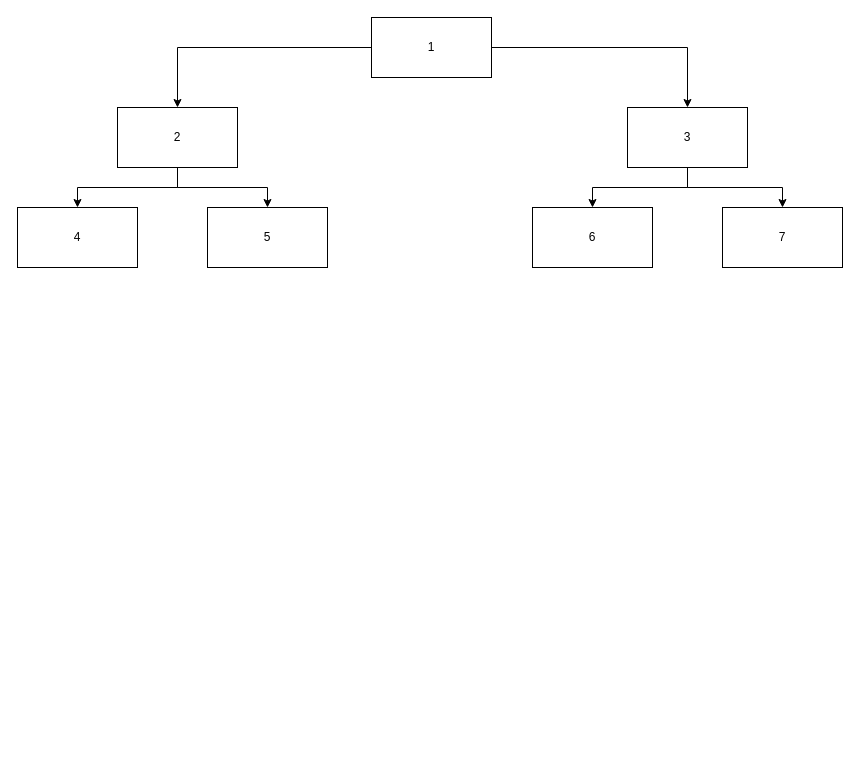
The draw.io diagram page "Page-4" (3 of 5) of appagggrp3.drawio in praneethsai83/GenericProcessing, before the edit. Source tidied: cells renumbered, new cells numbered last; positions are measured from the earlier drawing's top-left corner, leaving out a move shared by most shapes. Both pictures are drawn from the tidied source at 100%, with x=0, y=0 at pixel (17, 17).
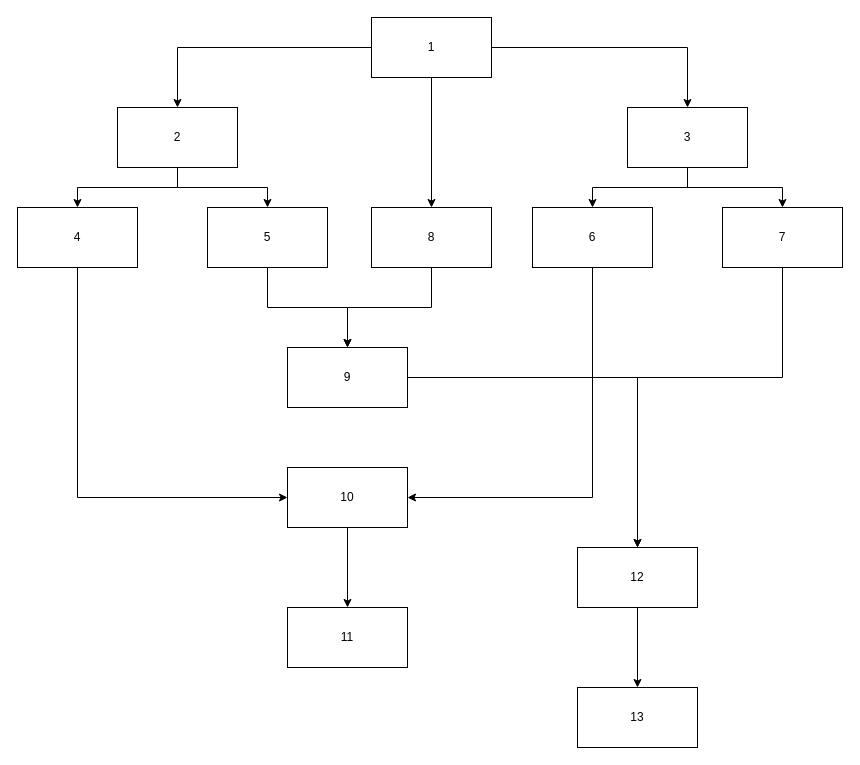
Above is the later version.

Unchanged cells that the change refers to:
```xml
<mxCell id="4" value="1" style="whiteSpace=wrap;html=1;" parent="1" vertex="1">
  <mxGeometry x="354" width="120" height="60" as="geometry" />
</mxCell>
<mxCell id="9" value="4" style="whiteSpace=wrap;html=1;" parent="1" vertex="1">
  <mxGeometry y="190" width="120" height="60" as="geometry" />
</mxCell>
<mxCell id="10" value="5" style="whiteSpace=wrap;html=1;" parent="1" vertex="1">
  <mxGeometry x="190" y="190" width="120" height="60" as="geometry" />
</mxCell>
<mxCell id="13" value="6" style="whiteSpace=wrap;html=1;" parent="1" vertex="1">
  <mxGeometry x="515" y="190" width="120" height="60" as="geometry" />
</mxCell>
<mxCell id="14" value="7" style="whiteSpace=wrap;html=1;" parent="1" vertex="1">
  <mxGeometry x="705" y="190" width="120" height="60" as="geometry" />
</mxCell>
```

The edit, as a diff of the source:
```diff
@@
+    <mxCell id="15" style="edgeStyle=orthogonalEdgeStyle;rounded=0;jettySize=auto;html=1;" parent="1" edge="1" source="4" target="21">
+      <mxGeometry relative="1" as="geometry" />
+    </mxCell>
@@
+    <mxCell id="16" style="edgeStyle=orthogonalEdgeStyle;rounded=0;jettySize=auto;html=1;entryX=0;entryY=0.5;entryDx=0;entryDy=0;" parent="1" edge="1" source="9" target="25">
+      <mxGeometry relative="1" as="geometry">
+        <Array as="points">
+          <mxPoint x="60" y="480" />
+        </Array>
+      </mxGeometry>
+    </mxCell>
@@
+    <mxCell id="17" style="edgeStyle=orthogonalEdgeStyle;rounded=0;jettySize=auto;html=1;" parent="1" edge="1" source="10" target="23">
+      <mxGeometry relative="1" as="geometry" />
+    </mxCell>
@@
+    <mxCell id="18" style="edgeStyle=orthogonalEdgeStyle;rounded=0;jettySize=auto;html=1;entryX=1;entryY=0.5;entryDx=0;entryDy=0;" parent="1" edge="1" source="13" target="25">
+      <mxGeometry relative="1" as="geometry">
+        <Array as="points">
+          <mxPoint x="575" y="480" />
+        </Array>
+      </mxGeometry>
+    </mxCell>
@@
+    <mxCell id="19" style="edgeStyle=orthogonalEdgeStyle;rounded=0;jettySize=auto;html=1;" parent="1" edge="1" source="14">
+      <mxGeometry relative="1" as="geometry">
+        <mxPoint x="620" y="530" as="targetPoint" />
+        <Array as="points">
+          <mxPoint x="765" y="360" />
+          <mxPoint x="620" y="360" />
+        </Array>
+      </mxGeometry>
+    </mxCell>
@@
+    <mxCell id="20" style="edgeStyle=orthogonalEdgeStyle;rounded=0;jettySize=auto;html=1;entryX=0.5;entryY=0;entryDx=0;entryDy=0;" parent="1" edge="1" source="21" target="23">
+      <mxGeometry relative="1" as="geometry" />
+    </mxCell>
+    <mxCell id="21" value="8" style="whiteSpace=wrap;html=1;" parent="1" vertex="1">
+      <mxGeometry x="354" y="190" width="120" height="60" as="geometry" />
+    </mxCell>
+    <mxCell id="22" style="edgeStyle=orthogonalEdgeStyle;rounded=0;jettySize=auto;html=1;entryX=0.5;entryY=0;entryDx=0;entryDy=0;" parent="1" edge="1" source="23" target="28">
+      <mxGeometry relative="1" as="geometry" />
+    </mxCell>
+    <mxCell id="23" value="9" style="whiteSpace=wrap;html=1;" parent="1" vertex="1">
+      <mxGeometry x="270" y="330" width="120" height="60" as="geometry" />
+    </mxCell>
+    <mxCell id="24" style="edgeStyle=orthogonalEdgeStyle;rounded=0;jettySize=auto;html=1;" parent="1" edge="1" source="25" target="26">
+      <mxGeometry relative="1" as="geometry" />
+    </mxCell>
+    <mxCell id="25" value="10" style="whiteSpace=wrap;html=1;" parent="1" vertex="1">
+      <mxGeometry x="270" y="450" width="120" height="60" as="geometry" />
+    </mxCell>
+    <mxCell id="26" value="11" style="whiteSpace=wrap;html=1;" parent="1" vertex="1">
+      <mxGeometry x="270" y="590" width="120" height="60" as="geometry" />
+    </mxCell>
+    <mxCell id="27" style="edgeStyle=orthogonalEdgeStyle;rounded=0;jettySize=auto;html=1;" parent="1" edge="1" source="28" target="29">
+      <mxGeometry relative="1" as="geometry" />
+    </mxCell>
+    <mxCell id="28" value="12" style="whiteSpace=wrap;html=1;" parent="1" vertex="1">
+      <mxGeometry x="560" y="530" width="120" height="60" as="geometry" />
+    </mxCell>
+    <mxCell id="29" value="13" style="whiteSpace=wrap;html=1;" parent="1" vertex="1">
+      <mxGeometry x="560" y="670" width="120" height="60" as="geometry" />
+    </mxCell>
```
